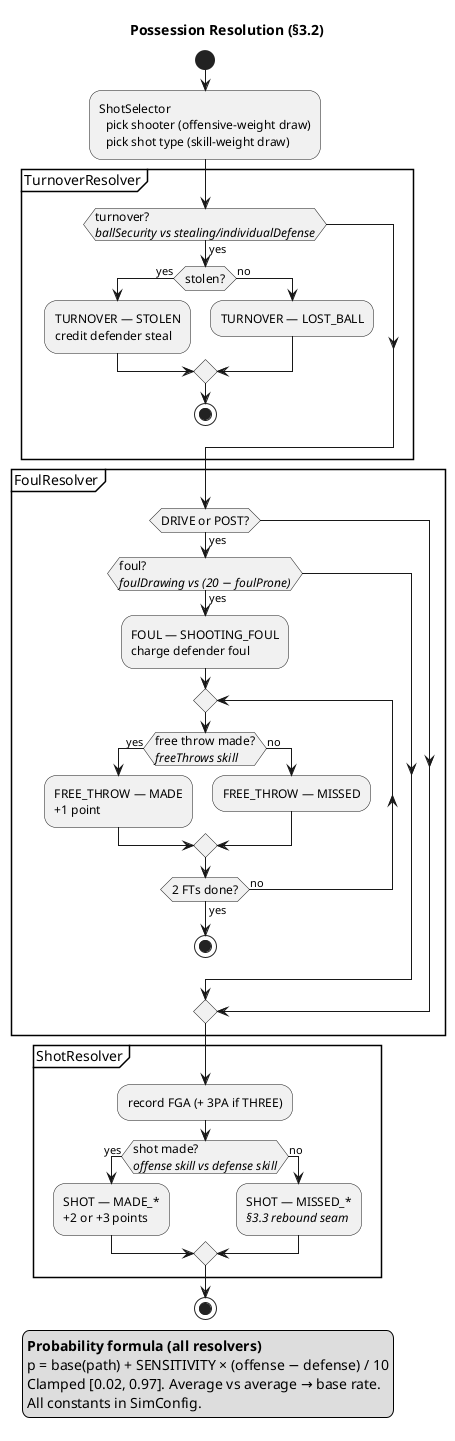
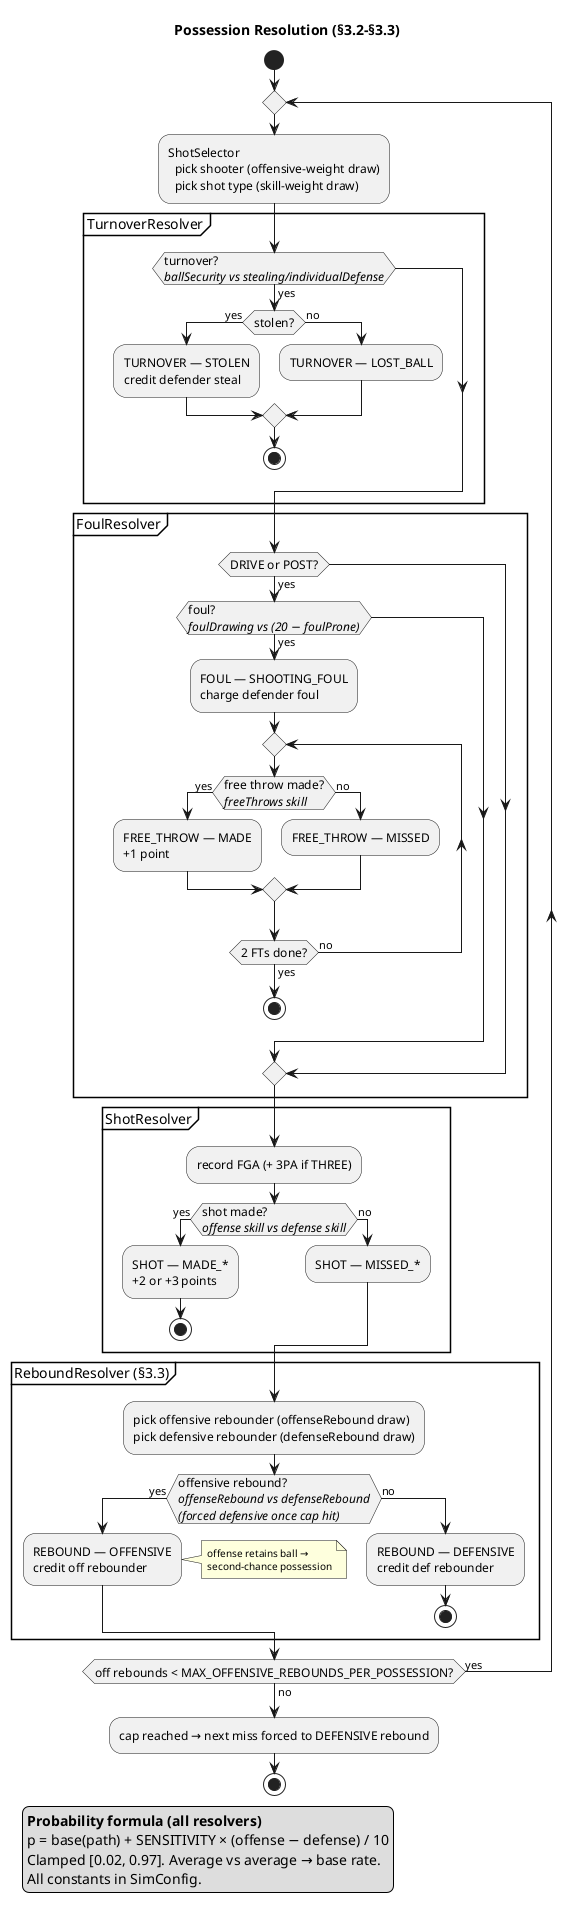
@startuml possession-flow
- title Possession Resolution (§3.2)
+ title Possession Resolution (§3.2–§3.3)

skinparam ActivityDiamondFontSize 11
skinparam ActivityFontSize 12
skinparam NoteFontSize 10

start

+ repeat
:ShotSelector
  pick shooter (offensive-weight draw)
  pick shot type (skill-weight draw);

partition "TurnoverResolver" {
  if (turnover?\n//ballSecurity vs stealing/individualDefense//) then (yes)
    if (stolen?) then (yes)
      :TURNOVER — STOLEN
      credit defender steal;
    else (no)
      :TURNOVER — LOST_BALL;
    endif
    stop
  endif
}

partition "FoulResolver" {
  if (DRIVE or POST?) then (yes)
    if (foul?\n//foulDrawing vs (20 − foulProne)//) then (yes)
      :FOUL — SHOOTING_FOUL
      charge defender foul;

      repeat
        if (free throw made?\n//freeThrows skill//) then (yes)
          :FREE_THROW — MADE
          +1 point;
        else (no)
          :FREE_THROW — MISSED;
        endif
      repeat while (2 FTs done?) is (no) not (yes)
      stop
    endif
  endif
}

partition "ShotResolver" {
  :record FGA (+ 3PA if THREE);

  if (shot made?\n//offense skill vs defense skill//) then (yes)
    :SHOT — MADE_*
    +2 or +3 points;
+     stop
  else (no)
-     :SHOT — MISSED_*
-     //§3.3 rebound seam//;
+     :SHOT — MISSED_*;
  endif
}

+ partition "ReboundResolver (§3.3)" {
+   :pick offensive rebounder (offenseRebound draw)
+   pick defensive rebounder (defenseRebound draw);
+   if (offensive rebound?\n//offenseRebound vs defenseRebound//\n//(forced defensive once cap hit)//) then (yes)
+     :REBOUND — OFFENSIVE
+     credit off rebounder;
+     note right: offense retains ball →\nsecond-chance possession
+   else (no)
+     :REBOUND — DEFENSIVE
+     credit def rebounder;
+     stop
+   endif
+ }
+ repeat while (off rebounds < MAX_OFFENSIVE_REBOUNDS_PER_POSSESSION?) is (yes) not (no)
+ 
+ :cap reached → next miss forced to DEFENSIVE rebound;
stop

legend bottom left
  **Probability formula (all resolvers)**
  p = base(path) + SENSITIVITY × (offense − defense) / 10
  Clamped [0.02, 0.97]. Average vs average → base rate.
  All constants in SimConfig.
endlegend

@enduml
